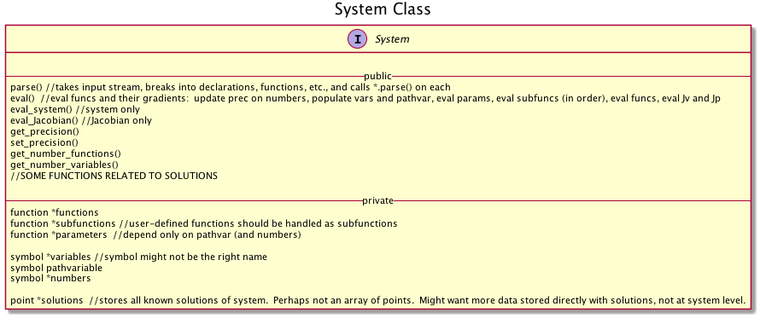
dbates1/b2 keeps this PlantUML diagram as planning/classes/system/system.png. Above is the earlier version. The source it was exported from:
```plantuml
@startuml
title System Class

Interface System{

--public--
parse() //takes input stream, breaks into declarations, functions, etc., and calls *.parse() on each
eval()  //eval funcs and their gradients:  update prec on numbers, populate vars and pathvar, eval params, eval subfuncs (in order), eval funcs, eval Jv and Jp
eval_system() //system only
eval_Jacobian() //Jacobian only
get_precision()
set_precision()
get_number_functions()
get_number_variables()
//SOME FUNCTIONS RELATED TO SOLUTIONS

--private--
function *functions
function *subfunctions //user-defined functions should be handled as subfunctions
function *parameters  //depend only on pathvar (and numbers)

symbol *variables //symbol might not be the right name
symbol pathvariable
symbol *numbers

point *solutions  //stores all known solutions of system.  Perhaps not an array of points.  Might want more data stored directly with solutions, not at system level.
}


@enduml
```
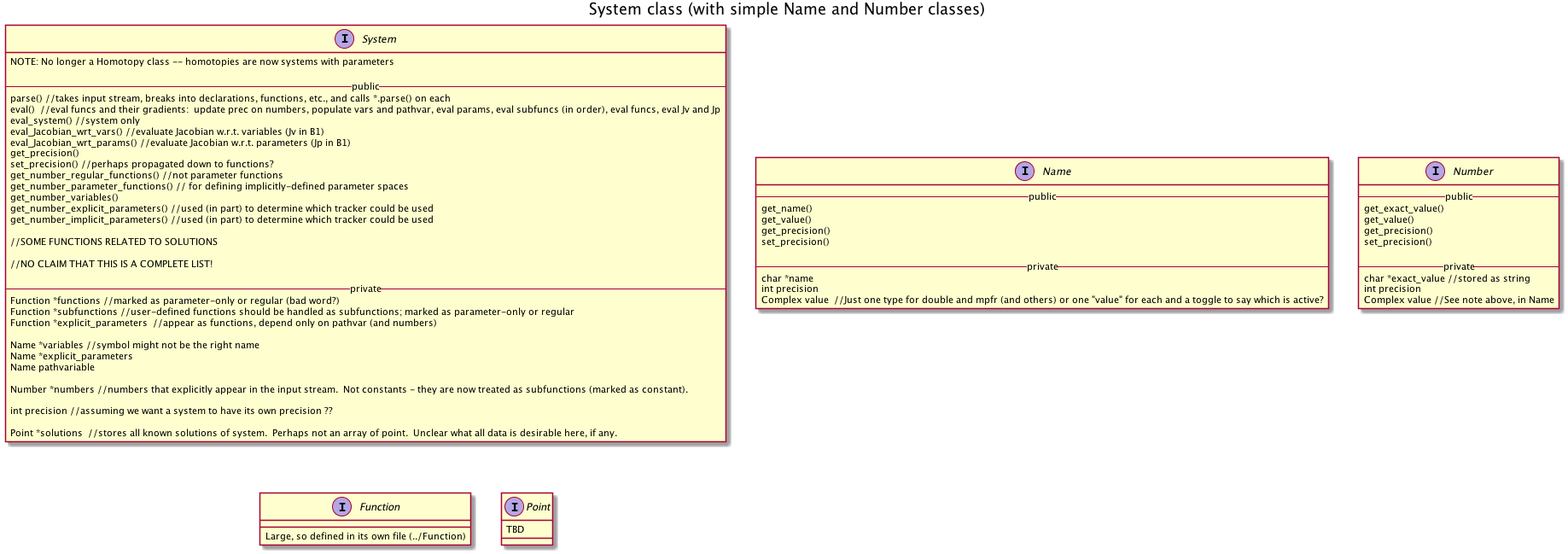
Later version of the same file.

The edit, as a diff of the source:
```diff
@@ -1,30 +1,77 @@
 @startuml
-title System Class
+title System class (with simple Name and Number classes)
 
 Interface System{
+NOTE: No longer a Homotopy class -- homotopies are now systems with parameters
 
 --public--
 parse() //takes input stream, breaks into declarations, functions, etc., and calls *.parse() on each
 eval()  //eval funcs and their gradients:  update prec on numbers, populate vars and pathvar, eval params, eval subfuncs (in order), eval funcs, eval Jv and Jp
 eval_system() //system only
-eval_Jacobian() //Jacobian only
+eval_Jacobian_wrt_vars() //evaluate Jacobian w.r.t. variables (Jv in B1)
+eval_Jacobian_wrt_params() //evaluate Jacobian w.r.t. parameters (Jp in B1)
 get_precision()
-set_precision()
-get_number_functions()
+set_precision() //perhaps propagated down to functions?
+get_number_regular_functions() //not parameter functions
+get_number_parameter_functions() // for defining implicitly-defined parameter spaces
 get_number_variables()
+get_number_explicit_parameters() //used (in part) to determine which tracker could be used
+get_number_implicit_parameters() //used (in part) to determine which tracker could be used
+
 //SOME FUNCTIONS RELATED TO SOLUTIONS
 
+//NO CLAIM THAT THIS IS A COMPLETE LIST!
+
 --private--
-function *functions
-function *subfunctions //user-defined functions should be handled as subfunctions
-function *parameters  //depend only on pathvar (and numbers)
+Function *functions //marked as parameter-only or regular (bad word?)
+Function *subfunctions //user-defined functions should be handled as subfunctions; marked as parameter-only or regular
+Function *explicit_parameters  //appear as functions, depend only on pathvar (and numbers)
 
-symbol *variables //symbol might not be the right name
-symbol pathvariable
-symbol *numbers
+Name *variables //symbol might not be the right name
+Name *explicit_parameters
+Name pathvariable
 
-point *solutions  //stores all known solutions of system.  Perhaps not an array of points.  Might want more data stored directly with solutions, not at system level.
+Number *numbers //numbers that explicitly appear in the input stream.  Not constants - they are now treated as subfunctions (marked as constant).
+
+int precision //assuming we want a system to have its own precision ??
+
+Point *solutions  //stores all known solutions of system.  Perhaps not an array of point.  Unclear what all data is desirable here, if any.
 }
 
 
+Interface Name{
+--public--
+get_name()
+get_value()
+get_precision()
+set_precision()
+
+--private--
+char *name
+int precision
+Complex value  //Just one type for double and mpfr (and others) or one "value" for each and a toggle to say which is active?
+}
+
+
+Interface Number{
+--public--
+get_exact_value()
+get_value()
+get_precision()
+set_precision()
+
+--private--
+char *exact_value //stored as string
+int precision
+Complex value //See note above, in Name
+}
+
+Interface Function{
+Large, so defined in its own file (../Function)
+}
+
+Interface Point{
+TBD
+}
+
 @enduml
```
